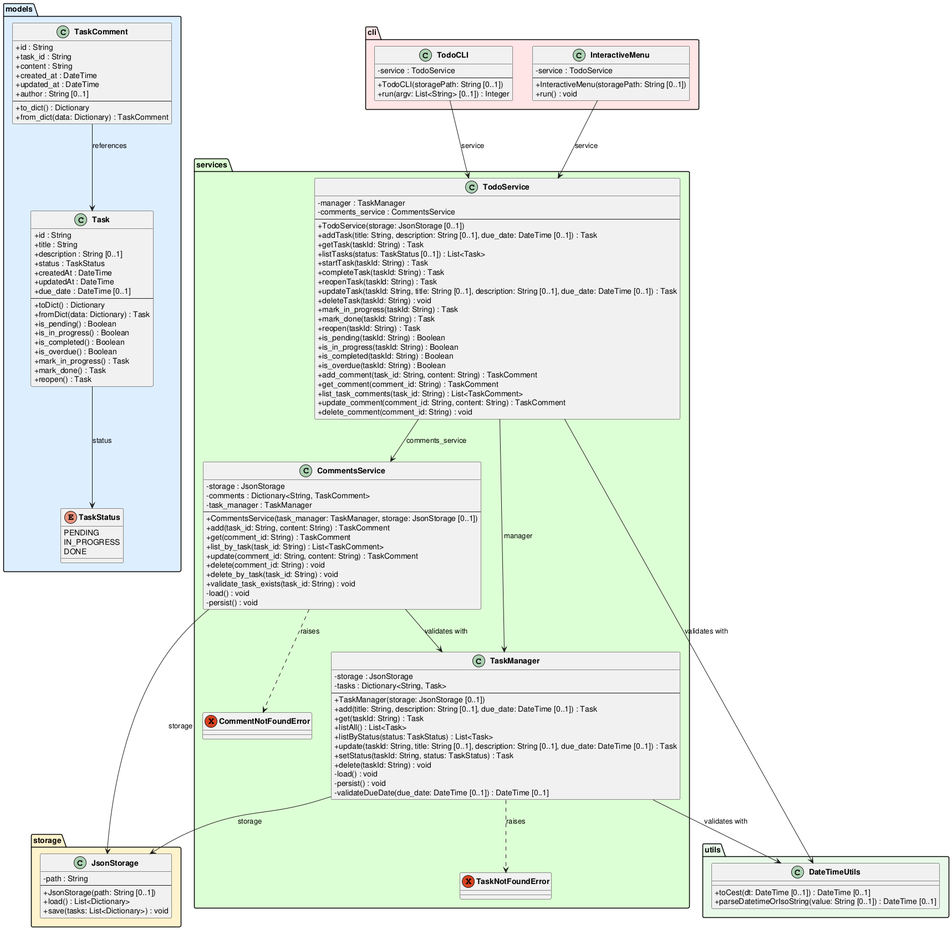
Before: experiments/supervisor_as_tools/user_stories/TODO/artifacts/class_diagram.png, a diagram exported from PlantUML (DanielRiha8906/Software_autoevolution_using_agents).
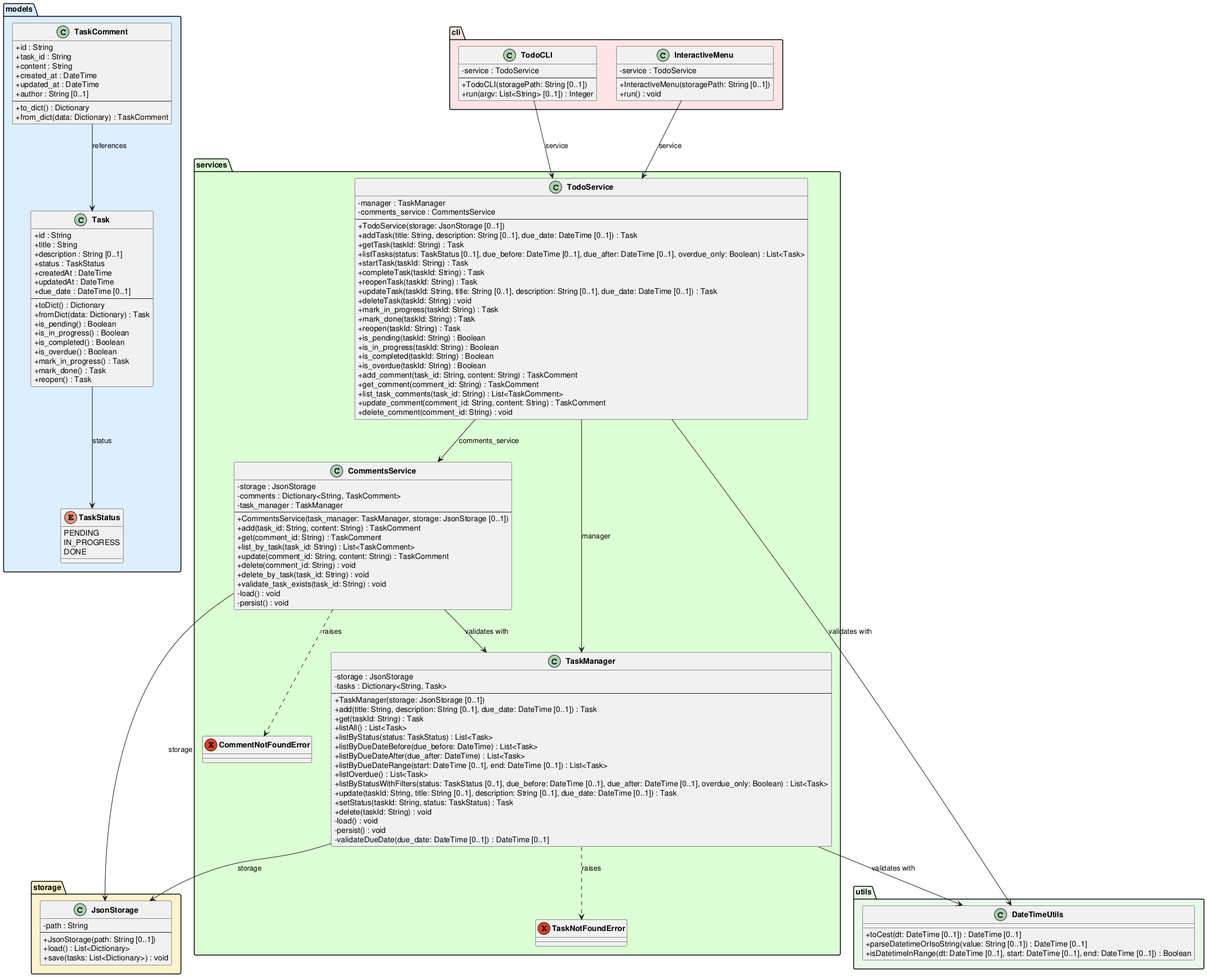
The same file after the commit.

Change to the diagram source:
```diff
@@ -47,6 +47,7 @@
     class DateTimeUtils {
         +toCest(dt: DateTime [0..1]) : DateTime [0..1]
         +parseDatetimeOrIsoString(value: String [0..1]) : DateTime [0..1]
+        +isDatetimeInRange(dt: DateTime [0..1], start: DateTime [0..1], end: DateTime [0..1]) : Boolean
     }
 }
 
@@ -73,6 +74,11 @@
         +get(taskId: String) : Task
         +listAll() : List<Task>
         +listByStatus(status: TaskStatus) : List<Task>
+        +listByDueDateBefore(due_before: DateTime) : List<Task>
+        +listByDueDateAfter(due_after: DateTime) : List<Task>
+        +listByDueDateRange(start: DateTime [0..1], end: DateTime [0..1]) : List<Task>
+        +listOverdue() : List<Task>
+        +listByStatusWithFilters(status: TaskStatus [0..1], due_before: DateTime [0..1], due_after: DateTime [0..1], overdue_only: Boolean) : List<Task>
         +update(taskId: String, title: String [0..1], description: String [0..1], due_date: DateTime [0..1]) : Task
         +setStatus(taskId: String, status: TaskStatus) : Task
         +delete(taskId: String) : void
@@ -105,7 +111,7 @@
         +TodoService(storage: JsonStorage [0..1])
         +addTask(title: String, description: String [0..1], due_date: DateTime [0..1]) : Task
         +getTask(taskId: String) : Task
-        +listTasks(status: TaskStatus [0..1]) : List<Task>
+        +listTasks(status: TaskStatus [0..1], due_before: DateTime [0..1], due_after: DateTime [0..1], overdue_only: Boolean) : List<Task>
         +startTask(taskId: String) : Task
         +completeTask(taskId: String) : Task
         +reopenTask(taskId: String) : Task
```
